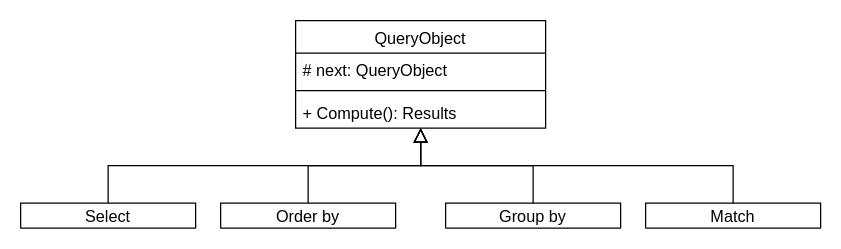
Before: page "QueryObjects" (1 of 3) of diagrams/QueryObjects.drawio in goramartin/BcThesisText, a draw.io diagram. Source tidied: cells renumbered, new cells numbered last; positions are measured from the earlier drawing's top-left corner, leaving out a move shared by most shapes. Both pictures are drawn from the tidied source at 125%, with x=0, y=0 at pixel (20, 20).
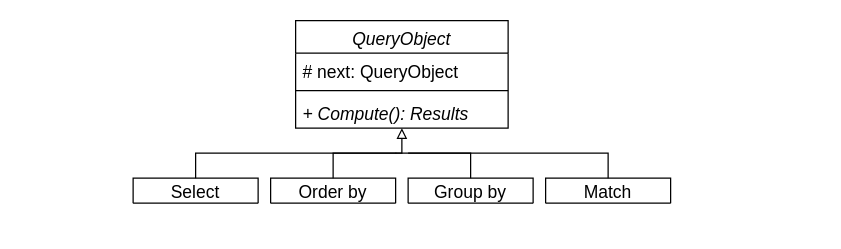
The same page after the edit.

Diff of the diagram source:
```diff
@@
-    <mxCell id="2" style="edgeStyle=orthogonalEdgeStyle;rounded=0;jettySize=auto;html=1;endArrow=block;endFill=0;endSize=9;fontFamily=CMU Serif;fontSize=13;" parent="1" edge="1" source="3">
-      <mxGeometry relative="1" as="geometry">
-        <mxPoint x="320" y="86" as="targetPoint" />
-        <Array as="points">
-          <mxPoint x="70" y="116" />
-          <mxPoint x="320" y="116" />
-        </Array>
-      </mxGeometry>
-    </mxCell>
-    <mxCell id="3" value="Select" style="swimlane;fontStyle=0;horizontal=1;startSize=26;fillColor=none;fontFamily=CMU Serif;fontSize=13;" parent="1" vertex="1">
-      <mxGeometry y="146" width="140" height="20" as="geometry" />
-    </mxCell>
-    <mxCell id="4" style="edgeStyle=orthogonalEdgeStyle;rounded=0;jettySize=auto;html=1;endArrow=block;endFill=0;endSize=9;fontFamily=CMU Serif;fontSize=13;" parent="1" edge="1" source="5">
-      <mxGeometry relative="1" as="geometry">
-        <mxPoint x="320" y="86" as="targetPoint" />
-        <Array as="points">
-          <mxPoint x="230" y="116" />
-          <mxPoint x="320" y="116" />
-        </Array>
-      </mxGeometry>
-    </mxCell>
+    <mxCell id="15" style="edgeStyle=orthogonalEdgeStyle;rounded=0;jettySize=auto;html=1;startArrow=none;startFill=0;endArrow=none;endFill=0;fontSize=14;" parent="1" edge="1" source="5">
+      <mxGeometry relative="1" as="geometry">
+        <mxPoint x="300" y="106" as="targetPoint" />
+      </mxGeometry>
+    </mxCell>
-    <mxCell id="5" value="Order by" style="swimlane;fontStyle=0;horizontal=1;startSize=26;fillColor=none;fontFamily=CMU Serif;fontSize=13;" parent="1" vertex="1">
-      <mxGeometry x="160" y="146" width="140" height="20" as="geometry" />
+    <mxCell id="5" value="Order by" style="swimlane;fontStyle=0;horizontal=1;startSize=26;fillColor=none;fontFamily=CMU Serif;fontSize=14;" parent="1" vertex="1">
+      <mxGeometry x="200" y="126" width="100" height="20" as="geometry" />
     </mxCell>
-    <mxCell id="6" style="edgeStyle=orthogonalEdgeStyle;rounded=0;jettySize=auto;html=1;endArrow=block;endFill=0;endSize=9;fontFamily=CMU Serif;fontSize=13;" parent="1" edge="1" source="7">
-      <mxGeometry relative="1" as="geometry">
-        <mxPoint x="320" y="86" as="targetPoint" />
-        <Array as="points">
-          <mxPoint x="570" y="116" />
-          <mxPoint x="320" y="116" />
-        </Array>
-      </mxGeometry>
-    </mxCell>
-    <mxCell id="7" value="Match" style="swimlane;fontStyle=0;horizontal=1;startSize=26;fillColor=none;fontFamily=CMU Serif;fontSize=13;" parent="1" vertex="1">
-      <mxGeometry x="500" y="146" width="140" height="20" as="geometry" />
-    </mxCell>
+    <mxCell id="16" style="edgeStyle=orthogonalEdgeStyle;rounded=0;jettySize=auto;html=1;entryX=0.5;entryY=0;entryDx=0;entryDy=0;fontSize=14;endArrow=none;endFill=0;startArrow=block;startFill=0;" parent="1" edge="1" source="8" target="3">
+      <mxGeometry relative="1" as="geometry">
+        <Array as="points">
+          <mxPoint x="305" y="106" />
+          <mxPoint x="140" y="106" />
+        </Array>
+      </mxGeometry>
+    </mxCell>
-    <mxCell id="8" value="QueryObject" style="swimlane;fontStyle=0;align=center;verticalAlign=top;horizontal=1;startSize=26;fontFamily=CMU Serif;fontSize=13;" parent="1" vertex="1">
-      <mxGeometry x="220" width="200" height="86" as="geometry" />
+    <mxCell id="8" value="QueryObject" style="swimlane;fontStyle=2;align=center;verticalAlign=top;horizontal=1;startSize=26;fontFamily=CMU Serif;fontSize=14;" parent="1" vertex="1">
+      <mxGeometry x="220" width="170" height="86" as="geometry" />
     </mxCell>
-    <mxCell id="9" value="# next: QueryObject" style="text;strokeColor=none;fillColor=none;align=left;verticalAlign=top;spacingLeft=4;spacingRight=4;overflow=hidden;fontFamily=CMU Serif;fontSize=13;" parent="8" vertex="1">
-      <mxGeometry y="26" width="200" height="26" as="geometry" />
+    <mxCell id="9" value="# next: QueryObject" style="text;strokeColor=none;fillColor=none;align=left;verticalAlign=top;spacingLeft=4;spacingRight=4;overflow=hidden;fontFamily=CMU Serif;fontSize=14;" parent="8" vertex="1">
+      <mxGeometry y="26" width="170" height="26" as="geometry" />
     </mxCell>
-    <mxCell id="10" style="line;strokeWidth=1;fillColor=none;align=left;verticalAlign=middle;spacingTop=-1;spacingLeft=3;spacingRight=3;labelPosition=right;fontSize=13;fontFamily=CMU Serif;" parent="8" vertex="1">
-      <mxGeometry y="52" width="200" height="8" as="geometry" />
+    <mxCell id="10" style="line;strokeWidth=1;fillColor=none;align=left;verticalAlign=middle;spacingTop=-1;spacingLeft=3;spacingRight=3;labelPosition=right;fontSize=14;fontFamily=CMU Serif;" parent="8" vertex="1">
+      <mxGeometry y="52" width="170" height="8" as="geometry" />
     </mxCell>
-    <mxCell id="11" value="+ Compute(): Results" style="text;strokeColor=none;fillColor=none;align=left;verticalAlign=top;spacingLeft=4;spacingRight=4;overflow=hidden;points=[[0,0.5],[1,0.5]];portConstraint=eastwest;fontFamily=CMU Serif;fontSize=13;" parent="8" vertex="1">
-      <mxGeometry y="60" width="200" height="26" as="geometry" />
+    <mxCell id="11" value="+ Compute(): Results" style="text;strokeColor=none;fillColor=none;align=left;verticalAlign=top;spacingLeft=4;spacingRight=4;overflow=hidden;points=[[0,0.5],[1,0.5]];portConstraint=eastwest;fontFamily=CMU Serif;fontSize=14;fontStyle=2;" parent="8" vertex="1">
+      <mxGeometry y="60" width="170" height="26" as="geometry" />
     </mxCell>
-    <mxCell id="12" style="edgeStyle=orthogonalEdgeStyle;rounded=0;jettySize=auto;html=1;entryX=0.5;entryY=1;entryDx=0;entryDy=0;entryPerimeter=0;endArrow=block;endFill=0;strokeWidth=1;fontFamily=CMU Serif;fontSize=13;endSize=7;" parent="1" edge="1" target="11">
-      <mxGeometry relative="1" as="geometry">
-        <mxPoint x="320" y="86" as="sourcePoint" />
-      </mxGeometry>
-    </mxCell>
-    <mxCell id="13" style="edgeStyle=orthogonalEdgeStyle;rounded=0;jettySize=auto;html=1;endArrow=block;endFill=0;endSize=9;fontFamily=CMU Serif;fontSize=13;" parent="1" edge="1" source="14">
-      <mxGeometry relative="1" as="geometry">
-        <mxPoint x="320" y="86" as="targetPoint" />
-        <Array as="points">
-          <mxPoint x="410" y="116" />
-          <mxPoint x="320" y="116" />
-        </Array>
-      </mxGeometry>
-    </mxCell>
+    <mxCell id="17" style="edgeStyle=orthogonalEdgeStyle;rounded=0;jettySize=auto;html=1;startArrow=none;startFill=0;endArrow=none;endFill=0;fontSize=14;" parent="1" edge="1" source="14">
+      <mxGeometry relative="1" as="geometry">
+        <mxPoint x="300" y="106" as="targetPoint" />
+        <Array as="points">
+          <mxPoint x="360" y="106" />
+        </Array>
+      </mxGeometry>
+    </mxCell>
-    <mxCell id="14" value="Group by" style="swimlane;fontStyle=0;horizontal=1;startSize=26;fillColor=none;fontFamily=CMU Serif;fontSize=13;" parent="1" vertex="1">
-      <mxGeometry x="340" y="146" width="140" height="20" as="geometry" />
+    <mxCell id="14" value="Group by" style="swimlane;fontStyle=0;horizontal=1;startSize=26;fillColor=none;fontFamily=CMU Serif;fontSize=14;" parent="1" vertex="1">
+      <mxGeometry x="310" y="126" width="100" height="20" as="geometry" />
     </mxCell>
+    <mxCell id="18" style="edgeStyle=orthogonalEdgeStyle;rounded=0;jettySize=auto;html=1;startArrow=none;startFill=0;endArrow=none;endFill=0;fontSize=14;" parent="1" edge="1" source="7">
+      <mxGeometry relative="1" as="geometry">
+        <mxPoint x="310" y="106" as="targetPoint" />
+        <Array as="points">
+          <mxPoint x="470" y="106" />
+        </Array>
+      </mxGeometry>
+    </mxCell>
+    <mxCell id="7" value="Match" style="swimlane;fontStyle=0;horizontal=1;startSize=26;fillColor=none;fontFamily=CMU Serif;fontSize=14;" parent="1" vertex="1">
+      <mxGeometry x="420" y="126" width="100" height="20" as="geometry" />
+    </mxCell>
+    <mxCell id="3" value="Select" style="swimlane;fontStyle=0;horizontal=1;startSize=26;fillColor=none;fontFamily=CMU Serif;fontSize=14;" parent="1" vertex="1">
+      <mxGeometry x="90" y="126" width="100" height="20" as="geometry" />
+    </mxCell>
```
